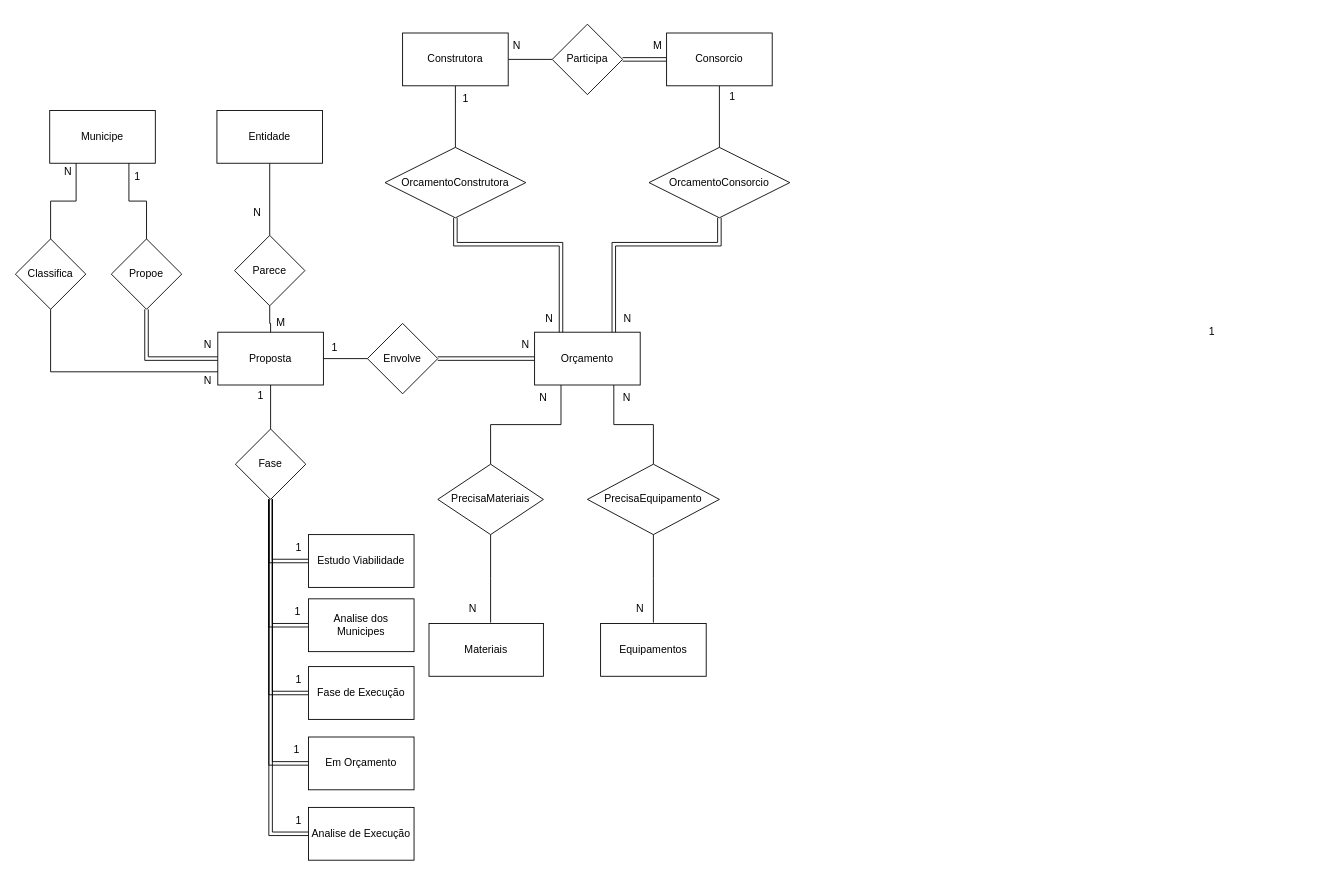
Nuno-Goncalves1/Sql-ER keeps this draw.io diagram as TrabalhoFinal.drawio. Above is the earlier version. Source tidied: cells renumbered, new cells numbered last; positions are measured from the earlier drawing's top-left corner, leaving out a move shared by most shapes. Both pictures are drawn from the tidied source at 88%, with x=0, y=0 at pixel (15, 24).
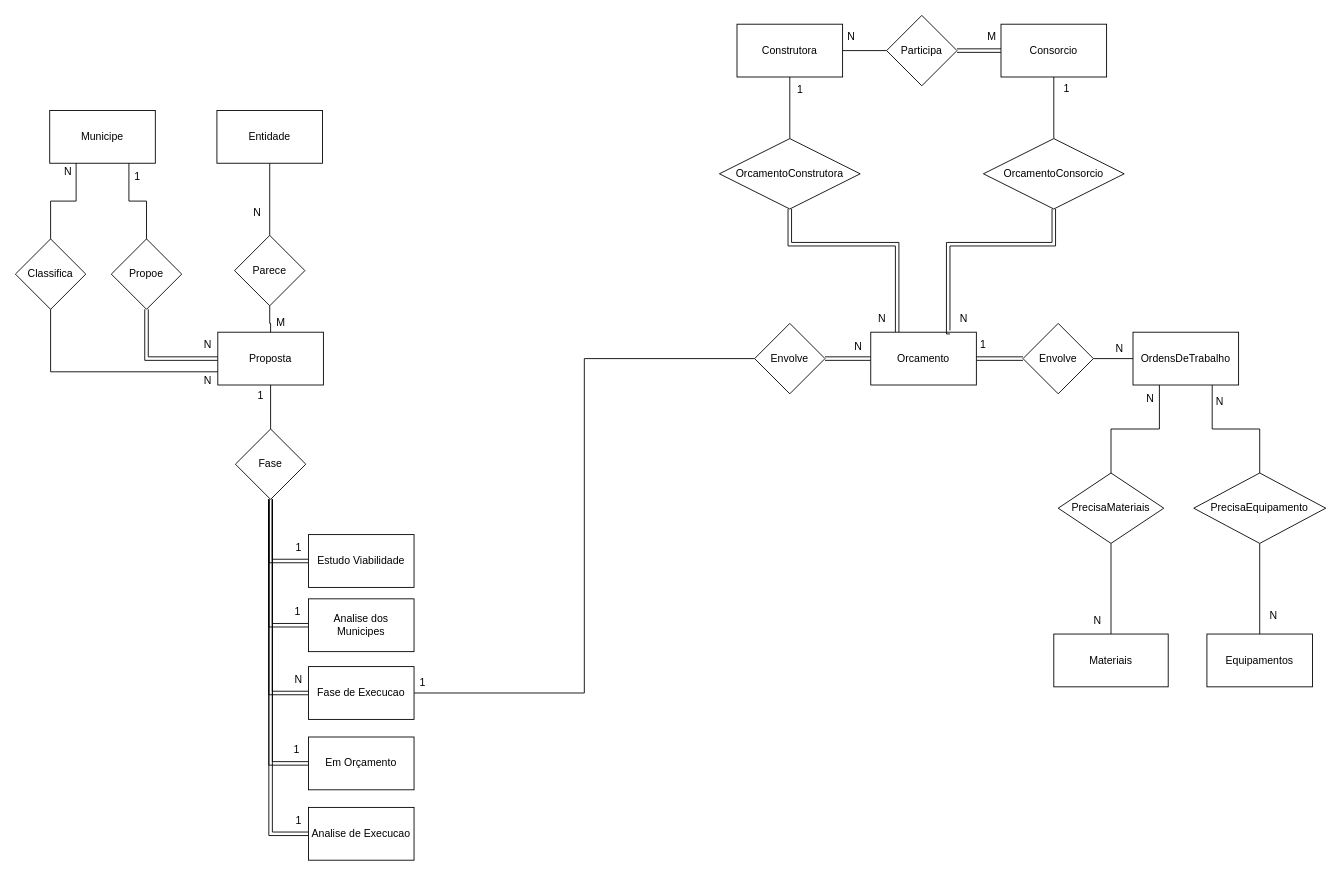
Above is the later version.

The change refers to these unchanged cells:
```xml
<mxCell id="4" value="Proposta" style="rounded=0;whiteSpace=wrap;html=1;" parent="1" vertex="1">
  <mxGeometry x="230" y="350" width="120" height="60" as="geometry" />
</mxCell>
```

What changed in the source:
```diff
@@
+    <mxCell id="74" style="edgeStyle=orthogonalEdgeStyle;rounded=0;jettySize=auto;html=1;exitX=0.25;exitY=0;exitDx=0;exitDy=0;entryX=0.5;entryY=1;entryDx=0;entryDy=0;shape=link;" parent="1" edge="1" source="15" target="17">
+      <mxGeometry relative="1" as="geometry">
+        <Array as="points">
+          <mxPoint x="1002" y="250" />
+          <mxPoint x="880" y="250" />
+        </Array>
+      </mxGeometry>
+    </mxCell>
+    <mxCell id="75" style="edgeStyle=orthogonalEdgeStyle;rounded=0;jettySize=auto;html=1;exitX=1;exitY=0.5;exitDx=0;exitDy=0;entryX=0;entryY=0.5;entryDx=0;entryDy=0;shape=link;" parent="1" edge="1" source="15" target="84">
+      <mxGeometry relative="1" as="geometry" />
+    </mxCell>
-    <mxCell id="15" value="Orçamento" style="whiteSpace=wrap;html=1;" parent="1" vertex="1">
-      <mxGeometry x="590" y="350" width="120" height="60" as="geometry" />
+    <mxCell id="15" value="Orcamento" style="whiteSpace=wrap;html=1;" parent="1" vertex="1">
+      <mxGeometry x="972" y="350" width="120" height="60" as="geometry" />
     </mxCell>
-    <mxCell id="16" style="edgeStyle=orthogonalEdgeStyle;rounded=0;jettySize=auto;html=1;entryX=0.25;entryY=0;entryDx=0;entryDy=0;endArrow=none;startFill=0;shape=link;" parent="1" edge="1" source="17" target="15">
-      <mxGeometry relative="1" as="geometry">
-        <Array as="points">
-          <mxPoint x="500" y="250" />
-          <mxPoint x="620" y="250" />
-        </Array>
-      </mxGeometry>
-    </mxCell>
     <mxCell id="17" value="OrcamentoConstrutora" style="rhombus;whiteSpace=wrap;html=1;" parent="1" vertex="1">
-      <mxGeometry x="420" y="140" width="160" height="80" as="geometry" />
+      <mxGeometry x="800" y="130" width="160" height="80" as="geometry" />
     </mxCell>
-    <mxCell id="18" style="edgeStyle=orthogonalEdgeStyle;rounded=0;jettySize=auto;html=1;exitX=0;exitY=0.5;exitDx=0;exitDy=0;entryX=1;entryY=0.5;entryDx=0;entryDy=0;endArrow=none;startFill=0;" parent="1" edge="1" source="19" target="4">
-      <mxGeometry relative="1" as="geometry" />
-    </mxCell>
+    <mxCell id="76" style="edgeStyle=orthogonalEdgeStyle;rounded=0;jettySize=auto;html=1;exitX=0;exitY=0.5;exitDx=0;exitDy=0;entryX=1;entryY=0.5;entryDx=0;entryDy=0;endArrow=none;startFill=0;" parent="1" edge="1" source="19" target="42">
+      <mxGeometry relative="1" as="geometry" />
+    </mxCell>
     <mxCell id="19" value="Envolve" style="rhombus;whiteSpace=wrap;html=1;" parent="1" vertex="1">
-      <mxGeometry x="400" y="340" width="80" height="80" as="geometry" />
+      <mxGeometry x="840" y="340" width="80" height="80" as="geometry" />
     </mxCell>
     <mxCell id="20" value="1" style="text;html=1;align=center;verticalAlign=middle;whiteSpace=wrap;rounded=0;" parent="1" vertex="1">
-      <mxGeometry x="333" y="353" width="60" height="30" as="geometry" />
+      <mxGeometry x="433" y="734" width="60" height="30" as="geometry" />
     </mxCell>
     <mxCell id="21" value="N" style="text;html=1;align=center;verticalAlign=middle;whiteSpace=wrap;rounded=0;" parent="1" vertex="1">
-      <mxGeometry x="550" y="350" width="60" height="30" as="geometry" />
+      <mxGeometry x="928" y="352" width="60" height="30" as="geometry" />
     </mxCell>
@@
     <mxCell id="24" value="Construtora" style="rounded=0;whiteSpace=wrap;html=1;" parent="1" vertex="1">
-      <mxGeometry x="440" y="10" width="120" height="60" as="geometry" />
+      <mxGeometry x="820" width="120" height="60" as="geometry" />
     </mxCell>
     <mxCell id="25" value="Materiais" style="rounded=0;whiteSpace=wrap;html=1;" parent="1" vertex="1">
-      <mxGeometry x="470" y="681" width="130" height="60" as="geometry" />
+      <mxGeometry x="1180" y="693" width="130" height="60" as="geometry" />
     </mxCell>
     <mxCell id="26" value="Equipamentos" style="rounded=0;whiteSpace=wrap;html=1;" parent="1" vertex="1">
-      <mxGeometry x="665" y="681" width="120" height="60" as="geometry" />
+      <mxGeometry x="1354" y="693" width="120" height="60" as="geometry" />
     </mxCell>
-    <mxCell id="27" style="edgeStyle=orthogonalEdgeStyle;rounded=0;jettySize=auto;html=1;endArrow=none;startFill=0;" parent="1" edge="1" source="29">
-      <mxGeometry relative="1" as="geometry">
-        <mxPoint x="540" y="680" as="targetPoint" />
-      </mxGeometry>
-    </mxCell>
-    <mxCell id="28" style="edgeStyle=orthogonalEdgeStyle;rounded=0;jettySize=auto;html=1;entryX=0.25;entryY=1;entryDx=0;entryDy=0;endArrow=none;startFill=0;" parent="1" edge="1" source="29" target="15">
-      <mxGeometry relative="1" as="geometry" />
-    </mxCell>
+    <mxCell id="77" style="edgeStyle=orthogonalEdgeStyle;rounded=0;jettySize=auto;html=1;exitX=0.5;exitY=1;exitDx=0;exitDy=0;entryX=0.5;entryY=0;entryDx=0;entryDy=0;endArrow=none;startFill=0;" parent="1" edge="1" source="29" target="25">
+      <mxGeometry relative="1" as="geometry" />
+    </mxCell>
     <mxCell id="29" value="PrecisaMateriais" style="rhombus;whiteSpace=wrap;html=1;" parent="1" vertex="1">
-      <mxGeometry x="480" y="500" width="120" height="80" as="geometry" />
+      <mxGeometry x="1185" y="510" width="120" height="80" as="geometry" />
     </mxCell>
     <mxCell id="30" value="N" style="text;html=1;align=center;verticalAlign=middle;whiteSpace=wrap;rounded=0;" parent="1" vertex="1">
-      <mxGeometry x="570" y="410" width="60" height="30" as="geometry" />
+      <mxGeometry x="1225" y="354" width="60" height="30" as="geometry" />
     </mxCell>
     <mxCell id="31" value="N" style="text;html=1;align=center;verticalAlign=middle;whiteSpace=wrap;rounded=0;" parent="1" vertex="1">
-      <mxGeometry x="490" y="650" width="60" height="30" as="geometry" />
+      <mxGeometry x="1200" y="663" width="60" height="30" as="geometry" />
     </mxCell>
     <mxCell id="32" value="N" style="text;html=1;align=center;verticalAlign=middle;whiteSpace=wrap;rounded=0;" parent="1" vertex="1">
-      <mxGeometry x="680" y="650" width="60" height="30" as="geometry" />
+      <mxGeometry x="1400" y="657" width="60" height="30" as="geometry" />
     </mxCell>
@@
-    <mxCell id="42" value="Fase de Execução" style="whiteSpace=wrap;html=1;" parent="1" vertex="1">
+    <mxCell id="42" value="Fase de Execucao" style="whiteSpace=wrap;html=1;" parent="1" vertex="1">
       <mxGeometry x="333" y="730" width="120" height="60" as="geometry" />
     </mxCell>
@@
-    <mxCell id="44" value="Analise de Execução" style="whiteSpace=wrap;html=1;" parent="1" vertex="1">
+    <mxCell id="44" value="Analise de Execucao" style="whiteSpace=wrap;html=1;" parent="1" vertex="1">
       <mxGeometry x="333" y="890" width="120" height="60" as="geometry" />
     </mxCell>
@@
-    <mxCell id="47" value="1" style="text;html=1;align=center;verticalAlign=middle;whiteSpace=wrap;rounded=0;" parent="1" vertex="1">
+    <mxCell id="47" value="N" style="text;html=1;align=center;verticalAlign=middle;whiteSpace=wrap;rounded=0;" parent="1" vertex="1">
       <mxGeometry x="292" y="730" width="60" height="30" as="geometry" />
     </mxCell>
@@
     <mxCell id="53" value="Consorcio" style="rounded=0;whiteSpace=wrap;html=1;" parent="1" vertex="1">
-      <mxGeometry x="740" y="10" width="120" height="60" as="geometry" />
+      <mxGeometry x="1120" width="120" height="60" as="geometry" />
     </mxCell>
     <mxCell id="54" value="Participa" style="rhombus;whiteSpace=wrap;html=1;" parent="1" vertex="1">
-      <mxGeometry x="610" width="80" height="80" as="geometry" />
+      <mxGeometry x="990" y="-10" width="80" height="80" as="geometry" />
     </mxCell>
     <mxCell id="55" value="N" style="text;html=1;align=center;verticalAlign=middle;whiteSpace=wrap;rounded=0;" parent="1" vertex="1">
-      <mxGeometry x="540" y="10" width="60" height="30" as="geometry" />
+      <mxGeometry x="920" width="60" height="30" as="geometry" />
     </mxCell>
     <mxCell id="56" value="M" style="text;html=1;align=center;verticalAlign=middle;whiteSpace=wrap;rounded=0;" parent="1" vertex="1">
-      <mxGeometry x="700" y="10" width="60" height="30" as="geometry" />
+      <mxGeometry x="1080" width="60" height="30" as="geometry" />
     </mxCell>
@@
-    <mxCell id="63" style="edgeStyle=orthogonalEdgeStyle;rounded=0;jettySize=auto;html=1;endArrow=none;startFill=0;" parent="1" edge="1" source="65">
-      <mxGeometry relative="1" as="geometry">
-        <mxPoint x="725" y="680" as="targetPoint" />
-      </mxGeometry>
-    </mxCell>
-    <mxCell id="64" style="edgeStyle=orthogonalEdgeStyle;rounded=0;jettySize=auto;html=1;entryX=0.75;entryY=1;entryDx=0;entryDy=0;endArrow=none;startFill=0;" parent="1" edge="1" source="65" target="15">
-      <mxGeometry relative="1" as="geometry" />
-    </mxCell>
+    <mxCell id="78" style="edgeStyle=orthogonalEdgeStyle;rounded=0;jettySize=auto;html=1;exitX=0.5;exitY=1;exitDx=0;exitDy=0;entryX=0.5;entryY=0;entryDx=0;entryDy=0;endArrow=none;startFill=0;" parent="1" edge="1" source="65" target="26">
+      <mxGeometry relative="1" as="geometry" />
+    </mxCell>
     <mxCell id="65" value="PrecisaEquipamento" style="rhombus;whiteSpace=wrap;html=1;" parent="1" vertex="1">
-      <mxGeometry x="650" y="500" width="150" height="80" as="geometry" />
+      <mxGeometry x="1339" y="510" width="150" height="80" as="geometry" />
     </mxCell>
     <mxCell id="66" value="N" style="text;html=1;align=center;verticalAlign=middle;whiteSpace=wrap;rounded=0;" parent="1" vertex="1">
-      <mxGeometry x="665" y="410" width="60" height="30" as="geometry" />
+      <mxGeometry x="1339" y="414" width="60" height="30" as="geometry" />
     </mxCell>
-    <mxCell id="67" style="edgeStyle=orthogonalEdgeStyle;rounded=0;jettySize=auto;html=1;entryX=0.75;entryY=0;entryDx=0;entryDy=0;shape=link;" parent="1" edge="1" source="68" target="15">
+    <mxCell id="67" style="edgeStyle=orthogonalEdgeStyle;rounded=0;jettySize=auto;html=1;entryX=0.75;entryY=0;entryDx=0;entryDy=0;shape=link;exitX=0.5;exitY=1;exitDx=0;exitDy=0;" parent="1" edge="1" source="68" target="15">
       <mxGeometry relative="1" as="geometry">
         <Array as="points">
-          <mxPoint x="800" y="250" />
-          <mxPoint x="680" y="250" />
+          <mxPoint x="1180" y="250" />
+          <mxPoint x="1060" y="250" />
+          <mxPoint x="1060" y="350" />
         </Array>
       </mxGeometry>
     </mxCell>
     <mxCell id="68" value="OrcamentoConsorcio" style="rhombus;whiteSpace=wrap;html=1;" parent="1" vertex="1">
-      <mxGeometry x="720" y="140" width="160" height="80" as="geometry" />
+      <mxGeometry x="1100" y="130" width="160" height="80" as="geometry" />
     </mxCell>
     <mxCell id="69" value="N" style="text;html=1;align=center;verticalAlign=middle;whiteSpace=wrap;rounded=0;" parent="1" vertex="1">
-      <mxGeometry x="577" y="320" width="60" height="30" as="geometry" />
+      <mxGeometry x="955" y="320" width="60" height="30" as="geometry" />
     </mxCell>
     <mxCell id="70" value="1" style="text;html=1;align=center;verticalAlign=middle;whiteSpace=wrap;rounded=0;" parent="1" vertex="1">
-      <mxGeometry x="482" y="70" width="60" height="30" as="geometry" />
+      <mxGeometry x="862" y="60" width="60" height="30" as="geometry" />
     </mxCell>
     <mxCell id="71" value="N" style="text;html=1;align=center;verticalAlign=middle;whiteSpace=wrap;rounded=0;" parent="1" vertex="1">
-      <mxGeometry x="666" y="320" width="60" height="30" as="geometry" />
+      <mxGeometry x="1048" y="320" width="60" height="30" as="geometry" />
     </mxCell>
+    <mxCell id="73" value="1" style="text;html=1;align=center;verticalAlign=middle;whiteSpace=wrap;rounded=0;" parent="1" vertex="1">
+      <mxGeometry x="1165" y="58" width="60" height="30" as="geometry" />
+    </mxCell>
+    <mxCell id="79" style="edgeStyle=orthogonalEdgeStyle;rounded=0;jettySize=auto;html=1;exitX=0.25;exitY=1;exitDx=0;exitDy=0;entryX=0.5;entryY=0;entryDx=0;entryDy=0;endArrow=none;startFill=0;" parent="1" edge="1" source="81" target="29">
+      <mxGeometry relative="1" as="geometry" />
+    </mxCell>
+    <mxCell id="80" style="edgeStyle=orthogonalEdgeStyle;rounded=0;jettySize=auto;html=1;exitX=0.75;exitY=1;exitDx=0;exitDy=0;entryX=0.5;entryY=0;entryDx=0;entryDy=0;endArrow=none;startFill=0;" parent="1" edge="1" source="81" target="65">
+      <mxGeometry relative="1" as="geometry" />
+    </mxCell>
+    <mxCell id="81" value="OrdensDeTrabalho" style="whiteSpace=wrap;html=1;" parent="1" vertex="1">
+      <mxGeometry x="1270" y="350" width="120" height="60" as="geometry" />
+    </mxCell>
+    <mxCell id="82" value="N" style="text;html=1;align=center;verticalAlign=middle;whiteSpace=wrap;rounded=0;" parent="1" vertex="1">
+      <mxGeometry x="1260" y="411" width="60" height="30" as="geometry" />
+    </mxCell>
+    <mxCell id="83" style="edgeStyle=orthogonalEdgeStyle;rounded=0;jettySize=auto;html=1;exitX=1;exitY=0.5;exitDx=0;exitDy=0;entryX=0;entryY=0.5;entryDx=0;entryDy=0;endArrow=none;startFill=0;" parent="1" edge="1" source="84" target="81">
+      <mxGeometry relative="1" as="geometry" />
+    </mxCell>
+    <mxCell id="84" value="Envolve" style="rhombus;whiteSpace=wrap;html=1;" parent="1" vertex="1">
+      <mxGeometry x="1145" y="340" width="80" height="80" as="geometry" />
+    </mxCell>
     <mxCell id="72" value="1" style="text;html=1;align=center;verticalAlign=middle;whiteSpace=wrap;rounded=0;" parent="1" vertex="1">
-      <mxGeometry x="1330" y="335" width="60" height="30" as="geometry" />
+      <mxGeometry x="1070" y="350" width="60" height="30" as="geometry" />
     </mxCell>
-    <mxCell id="73" value="1" style="text;html=1;align=center;verticalAlign=middle;whiteSpace=wrap;rounded=0;" parent="1" vertex="1">
-      <mxGeometry x="785" y="68" width="60" height="30" as="geometry" />
-    </mxCell>
```
